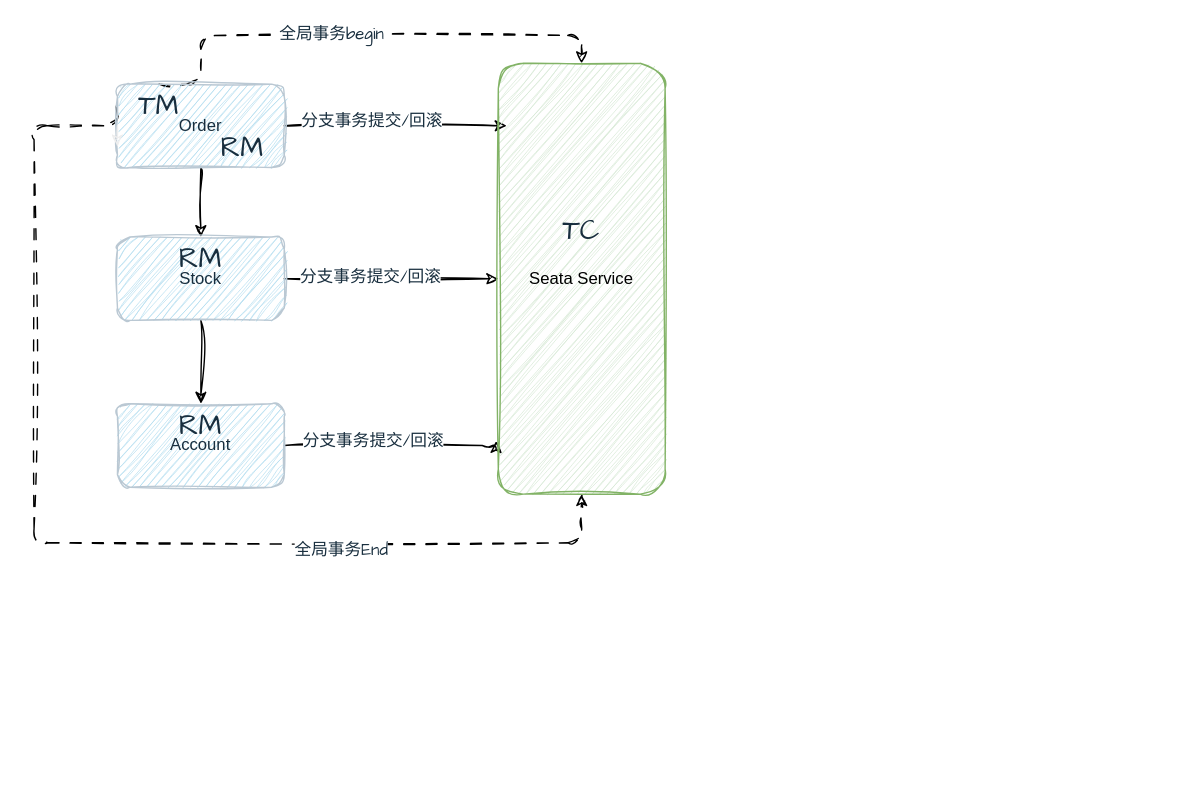
Before: 分布式事务.drawio in lints123/draw_project, a draw.io diagram. Source tidied: cells renumbered, new cells numbered last; positions are measured from the earlier drawing's top-left corner, leaving out a move shared by most shapes. Both pictures are drawn from the tidied source at 139%, with x=0, y=0 at pixel (33, 35).
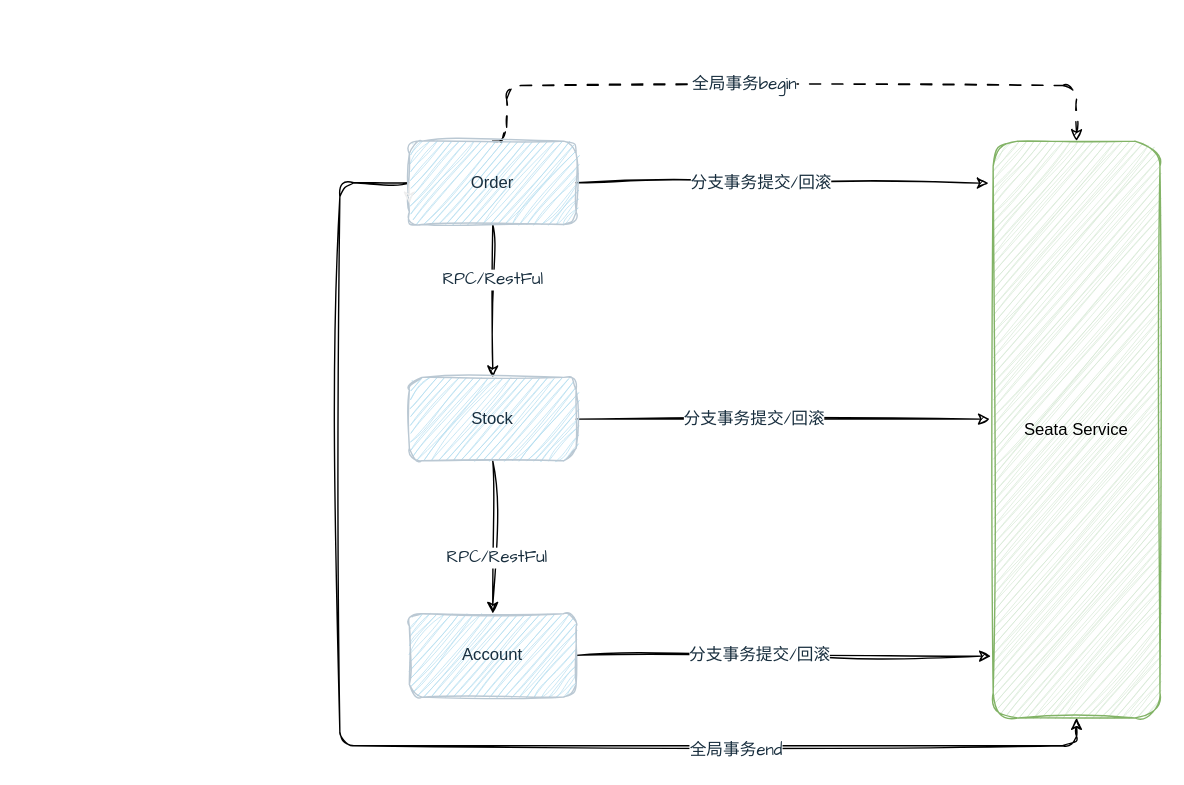
Above is the later version.

Commit message (it also covers changes not shown here):
更新分布式事务.drawio

The change refers to these unchanged cells:
```xml
<mxCell id="2" style="edgeStyle=orthogonalEdgeStyle;rounded=1;jettySize=auto;html=1;sketch=1;curveFitting=1;jiggle=2;labelBackgroundColor=none;strokeColor=#000000;fontColor=default;" parent="1" edge="1" source="9" target="13">
  <mxGeometry relative="1" as="geometry" />
</mxCell>
<mxCell id="10" style="edgeStyle=orthogonalEdgeStyle;rounded=1;jettySize=auto;html=1;sketch=1;curveFitting=1;jiggle=2;labelBackgroundColor=none;strokeColor=#000000;fontColor=default;" parent="1" edge="1" source="13" target="16">
  <mxGeometry relative="1" as="geometry" />
</mxCell>
```

Change to the diagram source:
```diff
@@
+    <mxCell id="24" value="RPC/RestFul" style="edgeLabel;html=1;align=center;verticalAlign=middle;fontSize=12;fontFamily=Architects Daughter;fontColor=#182E3E;" parent="2" vertex="1">
+      <mxGeometry x="-0.3" y="-1" relative="1" as="geometry" />
+    </mxCell>
-    <mxCell id="3" style="edgeStyle=orthogonalEdgeStyle;sketch=1;hachureGap=4;jiggle=2;curveFitting=1;jettySize=auto;html=1;entryX=0.5;entryY=0;entryDx=0;entryDy=0;strokeColor=#000000;fontFamily=Architects Daughter;fontSize=16;fontColor=#FFFFFF;dashed=1;rounded=1;dashPattern=8 8;exitX=0.5;exitY=0;exitDx=0;exitDy=0;" parent="1" edge="1" source="19" target="17">
+    <mxCell id="3" style="edgeStyle=orthogonalEdgeStyle;sketch=1;hachureGap=4;jiggle=2;curveFitting=1;jettySize=auto;html=1;entryX=0.5;entryY=0;entryDx=0;entryDy=0;strokeColor=#000000;fontFamily=Architects Daughter;fontSize=16;fontColor=#FFFFFF;dashed=1;rounded=1;dashPattern=8 8;exitX=0.5;exitY=0;exitDx=0;exitDy=0;" parent="1" edge="1" source="9" target="17">
       <mxGeometry relative="1" as="geometry">
         <Array as="points">
-          <mxPoint x="120" y="35" />
-          <mxPoint x="120" />
-          <mxPoint x="394" />
+          <mxPoint x="340" y="76" />
+          <mxPoint x="340" y="36" />
+          <mxPoint x="750" y="36" />
         </Array>
       </mxGeometry>
     </mxCell>
@@
-    <mxCell id="5" style="edgeStyle=orthogonalEdgeStyle;rounded=1;sketch=1;hachureGap=4;jiggle=2;curveFitting=1;jettySize=auto;html=1;entryX=0.5;entryY=1;entryDx=0;entryDy=0;strokeColor=#000000;fontFamily=Architects Daughter;fontSize=16;fontColor=#FFFFFF;dashed=1;dashPattern=8 8;exitX=0;exitY=0.5;exitDx=0;exitDy=0;" parent="1" edge="1" source="19" target="17">
-      <mxGeometry relative="1" as="geometry">
-        <Array as="points">
-          <mxPoint x="60" y="50" />
-          <mxPoint x="60" y="65" />
-          <mxPoint y="65" />
-          <mxPoint y="365" />
-          <mxPoint x="394" y="365" />
-        </Array>
-      </mxGeometry>
-    </mxCell>
-    <mxCell id="6" value="全局事务End" style="edgeLabel;html=1;align=center;verticalAlign=middle;fontSize=12;fontFamily=Architects Daughter;fontColor=#182E3E;" parent="5" vertex="1">
-      <mxGeometry x="0.48" y="-5" relative="1" as="geometry" />
-    </mxCell>
-    <mxCell id="7" style="edgeStyle=orthogonalEdgeStyle;rounded=1;sketch=1;hachureGap=4;jiggle=2;curveFitting=1;jettySize=auto;html=1;strokeColor=#000000;fontFamily=Architects Daughter;fontSize=16;fontColor=#FFFFFF;" parent="1" edge="1" source="9">
-      <mxGeometry relative="1" as="geometry">
-        <mxPoint x="340" y="65" as="targetPoint" />
-      </mxGeometry>
+    <mxCell id="7" style="edgeStyle=orthogonalEdgeStyle;rounded=1;sketch=1;hachureGap=4;jiggle=2;curveFitting=1;jettySize=auto;html=1;strokeColor=#000000;fontFamily=Architects Daughter;fontSize=16;fontColor=#FFFFFF;entryX=-0.027;entryY=0.073;entryDx=0;entryDy=0;entryPerimeter=0;" parent="1" edge="1" source="9" target="17">
+      <mxGeometry relative="1" as="geometry" />
     </mxCell>
     <mxCell id="8" value="分支事务提交/回滚" style="edgeLabel;html=1;align=center;verticalAlign=middle;fontSize=12;fontFamily=Architects Daughter;fontColor=#182E3E;" parent="7" vertex="1">
-      <mxGeometry x="-0.23" y="3" relative="1" as="geometry" />
+      <mxGeometry x="-0.23" y="3" relative="1" as="geometry">
+        <mxPoint x="18" y="3" as="offset" />
+      </mxGeometry>
     </mxCell>
+    <mxCell id="25" style="edgeStyle=orthogonalEdgeStyle;rounded=1;sketch=1;hachureGap=4;jiggle=2;curveFitting=1;jettySize=auto;html=1;entryX=0.5;entryY=1;entryDx=0;entryDy=0;strokeColor=#000000;fontFamily=Architects Daughter;fontSize=12;fontColor=#FFFFFF;" parent="1" edge="1" source="9" target="17">
+      <mxGeometry relative="1" as="geometry">
+        <Array as="points">
+          <mxPoint x="220" y="106" />
+          <mxPoint x="220" y="511" />
+          <mxPoint x="750" y="511" />
+        </Array>
+      </mxGeometry>
+    </mxCell>
+    <mxCell id="26" value="全局事务end" style="edgeLabel;html=1;align=center;verticalAlign=middle;fontSize=12;fontFamily=Architects Daughter;fontColor=#182E3E;" parent="25" vertex="1">
+      <mxGeometry x="0.47" y="-3" relative="1" as="geometry" />
+    </mxCell>
     <mxCell id="9" value="Order" style="rounded=1;whiteSpace=wrap;html=1;sketch=1;curveFitting=1;jiggle=2;labelBackgroundColor=none;fillColor=#B1DDF0;strokeColor=#BAC8D3;fontColor=#182E3E;" parent="1" vertex="1">
-      <mxGeometry x="60" y="35" width="120" height="60" as="geometry" />
+      <mxGeometry x="270" y="76" width="120" height="60" as="geometry" />
     </mxCell>
@@
+    <mxCell id="27" value="RPC/RestFul" style="edgeLabel;html=1;align=center;verticalAlign=middle;fontSize=12;fontFamily=Architects Daughter;fontColor=#182E3E;" parent="10" vertex="1">
+      <mxGeometry x="0.26" y="2" relative="1" as="geometry" />
+    </mxCell>
-    <mxCell id="11" style="edgeStyle=orthogonalEdgeStyle;rounded=1;sketch=1;hachureGap=4;jiggle=2;curveFitting=1;jettySize=auto;html=1;strokeColor=#000000;fontFamily=Architects Daughter;fontSize=16;fontColor=#FFFFFF;" parent="1" edge="1" source="13" target="17">
+    <mxCell id="11" style="edgeStyle=orthogonalEdgeStyle;rounded=1;sketch=1;hachureGap=4;jiggle=2;curveFitting=1;jettySize=auto;html=1;exitX=1;exitY=0.5;exitDx=0;exitDy=0;entryX=-0.02;entryY=0.482;entryDx=0;entryDy=0;entryPerimeter=0;strokeColor=#000000;fontFamily=Architects Daughter;fontSize=12;fontColor=#FFFFFF;" parent="1" edge="1" source="13" target="17">
       <mxGeometry relative="1" as="geometry" />
     </mxCell>
-    <mxCell id="12" value="分支事务提交/回滚" style="edgeLabel;html=1;align=center;verticalAlign=middle;fontSize=12;fontFamily=Architects Daughter;fontColor=#182E3E;" parent="11" vertex="1">
-      <mxGeometry x="-0.21" y="1" relative="1" as="geometry" />
-    </mxCell>
+    <mxCell id="28" value="分支事务提交/回滚" style="edgeLabel;html=1;align=center;verticalAlign=middle;fontSize=12;fontFamily=Architects Daughter;fontColor=#182E3E;" parent="11" vertex="1">
+      <mxGeometry x="-0.14" relative="1" as="geometry" />
+    </mxCell>
     <mxCell id="13" value="Stock" style="whiteSpace=wrap;html=1;rounded=1;sketch=1;curveFitting=1;jiggle=2;labelBackgroundColor=none;fillColor=#B1DDF0;strokeColor=#BAC8D3;fontColor=#182E3E;" parent="1" vertex="1">
-      <mxGeometry x="60" y="145" width="120" height="60" as="geometry" />
+      <mxGeometry x="270" y="246" width="120" height="60" as="geometry" />
     </mxCell>
-    <mxCell id="14" style="edgeStyle=orthogonalEdgeStyle;rounded=1;sketch=1;hachureGap=4;jiggle=2;curveFitting=1;jettySize=auto;html=1;entryX=-0.013;entryY=0.877;entryDx=0;entryDy=0;entryPerimeter=0;strokeColor=#000000;fontFamily=Architects Daughter;fontSize=16;fontColor=#FFFFFF;" parent="1" edge="1" source="16" target="17">
-      <mxGeometry relative="1" as="geometry">
-        <Array as="points">
-          <mxPoint x="332" y="295" />
-        </Array>
-      </mxGeometry>
+    <mxCell id="14" style="edgeStyle=orthogonalEdgeStyle;rounded=1;sketch=1;hachureGap=4;jiggle=2;curveFitting=1;jettySize=auto;html=1;entryX=-0.013;entryY=0.893;entryDx=0;entryDy=0;entryPerimeter=0;strokeColor=#000000;fontFamily=Architects Daughter;fontSize=12;fontColor=#FFFFFF;" parent="1" edge="1" source="16" target="17">
+      <mxGeometry relative="1" as="geometry" />
     </mxCell>
-    <mxCell id="15" value="分支事务提交/回滚" style="edgeLabel;html=1;align=center;verticalAlign=middle;fontSize=12;fontFamily=Architects Daughter;fontColor=#182E3E;" parent="14" vertex="1">
-      <mxGeometry x="-0.19" y="3" relative="1" as="geometry" />
-    </mxCell>
+    <mxCell id="29" value="分支事务提交/回滚" style="edgeLabel;html=1;align=center;verticalAlign=middle;fontSize=12;fontFamily=Architects Daughter;fontColor=#182E3E;" parent="14" vertex="1">
+      <mxGeometry x="-0.24" y="-2" relative="1" as="geometry">
+        <mxPoint x="17" y="-2" as="offset" />
+      </mxGeometry>
+    </mxCell>
     <mxCell id="16" value="Account" style="whiteSpace=wrap;html=1;rounded=1;sketch=1;curveFitting=1;jiggle=2;labelBackgroundColor=none;fillColor=#B1DDF0;strokeColor=#BAC8D3;fontColor=#182E3E;" parent="1" vertex="1">
-      <mxGeometry x="60" y="265" width="120" height="60" as="geometry" />
+      <mxGeometry x="270" y="416" width="120" height="60" as="geometry" />
     </mxCell>
     <mxCell id="17" value="Seata Service" style="rounded=1;whiteSpace=wrap;html=1;sketch=1;curveFitting=1;jiggle=2;labelBackgroundColor=none;fillColor=#d5e8d4;strokeColor=#82b366;" parent="1" vertex="1">
-      <mxGeometry x="334" y="20" width="120" height="310" as="geometry" />
+      <mxGeometry x="690" y="76" width="120" height="415" as="geometry" />
     </mxCell>
@@
-    <mxCell id="19" value="TM" style="text;html=1;strokeColor=none;fillColor=none;align=center;verticalAlign=middle;whiteSpace=wrap;rounded=0;fontSize=20;fontFamily=Architects Daughter;fontColor=#182E3E;" parent="1" vertex="1">
-      <mxGeometry x="60" y="35" width="60" height="30" as="geometry" />
-    </mxCell>
-    <mxCell id="20" value="RM" style="text;html=1;strokeColor=none;fillColor=none;align=center;verticalAlign=middle;whiteSpace=wrap;rounded=0;fontSize=20;fontFamily=Architects Daughter;fontColor=#182E3E;" parent="1" vertex="1">
-      <mxGeometry x="90" y="145" width="60" height="30" as="geometry" />
-    </mxCell>
-    <mxCell id="21" value="RM" style="text;html=1;strokeColor=none;fillColor=none;align=center;verticalAlign=middle;whiteSpace=wrap;rounded=0;fontSize=20;fontFamily=Architects Daughter;fontColor=#182E3E;" parent="1" vertex="1">
-      <mxGeometry x="90" y="265" width="60" height="30" as="geometry" />
-    </mxCell>
-    <mxCell id="22" value="TC" style="text;html=1;strokeColor=none;fillColor=none;align=center;verticalAlign=middle;whiteSpace=wrap;rounded=0;fontSize=20;fontFamily=Architects Daughter;fontColor=#182E3E;" parent="1" vertex="1">
-      <mxGeometry x="364" y="125" width="60" height="30" as="geometry" />
-    </mxCell>
-    <mxCell id="23" value="RM" style="text;html=1;strokeColor=none;fillColor=none;align=center;verticalAlign=middle;whiteSpace=wrap;rounded=0;fontSize=20;fontFamily=Architects Daughter;fontColor=#182E3E;" parent="1" vertex="1">
-      <mxGeometry x="120" y="65" width="60" height="30" as="geometry" />
-    </mxCell>
```
